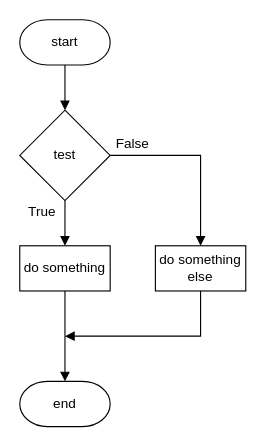
Above: page "else" (3 of 11) of n5/sdd/assets/N5 SDD.drawio in MrFriendCS/MrFriendCS.github.io (draw.io), before the change. Source tidied: cells renumbered, new cells numbered last; positions are measured from the earlier drawing's top-left corner, leaving out a move shared by most shapes. Both pictures are drawn from the tidied source at 113%, with x=0, y=0 at pixel (19, 19).
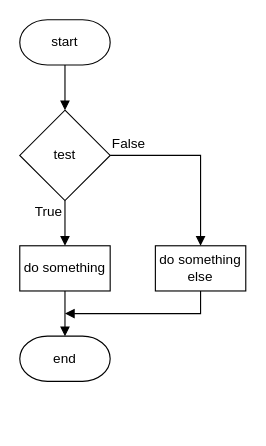
Above is the later version.

What changed in the source:
```diff
@@
 <mxGraphModel>
   <root>
     <mxCell id="0" />
     <mxCell id="1" parent="0" />
     <mxCell id="2" style="edgeStyle=orthogonalEdgeStyle;rounded=0;jettySize=auto;html=1;exitX=0.5;exitY=1;exitDx=0;exitDy=0;entryX=0.5;entryY=0;entryDx=0;entryDy=0;exitPerimeter=0;endArrow=block;endFill=1;" parent="1" edge="1" source="4" target="7">
       <mxGeometry relative="1" as="geometry" />
     </mxCell>
-    <mxCell id="3" value="True" style="text;html=1;strokeColor=none;fillColor=none;align=center;verticalAlign=middle;whiteSpace=wrap;rounded=0;" parent="1" vertex="1">
+    <mxCell id="3" value="True" style="text;html=1;strokeColor=none;fillColor=none;align=right;verticalAlign=middle;whiteSpace=wrap;rounded=0;" parent="1" vertex="1">
       <mxGeometry y="160" width="40" height="20" as="geometry" />
     </mxCell>
     <mxCell id="4" value="start" style="strokeWidth=1;html=1;shape=mxgraph.flowchart.terminator;whiteSpace=wrap;fillColor=none;" parent="1" vertex="1">
       <mxGeometry width="80" height="40" as="geometry" />
     </mxCell>
     <mxCell id="5" value="end" style="strokeWidth=1;html=1;shape=mxgraph.flowchart.terminator;whiteSpace=wrap;fillColor=none;" parent="1" vertex="1">
-      <mxGeometry y="320" width="80" height="40" as="geometry" />
+      <mxGeometry y="280" width="80" height="40" as="geometry" />
     </mxCell>
     <mxCell id="6" style="edgeStyle=orthogonalEdgeStyle;rounded=0;jettySize=auto;html=1;exitX=0.5;exitY=1;exitDx=0;exitDy=0;entryX=0.5;entryY=0;entryDx=0;entryDy=0;endArrow=block;endFill=1;" parent="1" edge="1" source="7" target="9">
       <mxGeometry relative="1" as="geometry" />
     </mxCell>
     <mxCell id="7" value="test" style="rhombus;whiteSpace=wrap;html=1;fillColor=none;" parent="1" vertex="1">
       <mxGeometry y="80" width="80" height="80" as="geometry" />
     </mxCell>
     <mxCell id="8" style="edgeStyle=orthogonalEdgeStyle;rounded=0;jettySize=auto;html=1;exitX=0.5;exitY=1;exitDx=0;exitDy=0;entryX=0.5;entryY=0;entryDx=0;entryDy=0;entryPerimeter=0;endArrow=block;endFill=1;" parent="1" edge="1" source="9" target="5">
       <mxGeometry relative="1" as="geometry">
         <Array as="points">
           <mxPoint x="40" y="280" />
           <mxPoint x="40" y="280" />
         </Array>
       </mxGeometry>
     </mxCell>
     <mxCell id="9" value="do something" style="rounded=0;whiteSpace=wrap;html=1;fillColor=none;" parent="1" vertex="1">
       <mxGeometry y="200" width="80" height="40" as="geometry" />
     </mxCell>
     <mxCell id="10" style="edgeStyle=orthogonalEdgeStyle;rounded=0;jettySize=auto;html=1;exitX=1;exitY=0.5;exitDx=0;exitDy=0;entryX=0.5;entryY=0;entryDx=0;entryDy=0;endArrow=block;endFill=1;" parent="1" edge="1" source="7" target="13">
       <mxGeometry relative="1" as="geometry">
         <Array as="points">
           <mxPoint x="160" y="120" />
         </Array>
       </mxGeometry>
     </mxCell>
-    <mxCell id="11" value="False" style="text;html=1;strokeColor=none;fillColor=none;align=center;verticalAlign=middle;whiteSpace=wrap;rounded=0;" parent="1" vertex="1">
+    <mxCell id="11" value="False" style="text;html=1;strokeColor=none;fillColor=none;align=left;verticalAlign=middle;whiteSpace=wrap;rounded=0;" parent="1" vertex="1">
       <mxGeometry x="80" y="100" width="40" height="20" as="geometry" />
     </mxCell>
     <mxCell id="12" style="edgeStyle=orthogonalEdgeStyle;rounded=0;jettySize=auto;html=1;exitX=0.5;exitY=1;exitDx=0;exitDy=0;endArrow=block;endFill=1;" parent="1" edge="1" source="13">
       <mxGeometry relative="1" as="geometry">
-        <mxPoint x="40" y="280" as="targetPoint" />
+        <mxPoint x="40" y="260" as="targetPoint" />
         <Array as="points">
-          <mxPoint x="160" y="280" />
+          <mxPoint x="160" y="260" />
+          <mxPoint x="40" y="260" />
         </Array>
       </mxGeometry>
     </mxCell>
     <mxCell id="13" value="do something&lt;br&gt;else" style="rounded=0;whiteSpace=wrap;html=1;fillColor=none;" parent="1" vertex="1">
       <mxGeometry x="120" y="200" width="80" height="40" as="geometry" />
     </mxCell>
   </root>
 </mxGraphModel>
```
